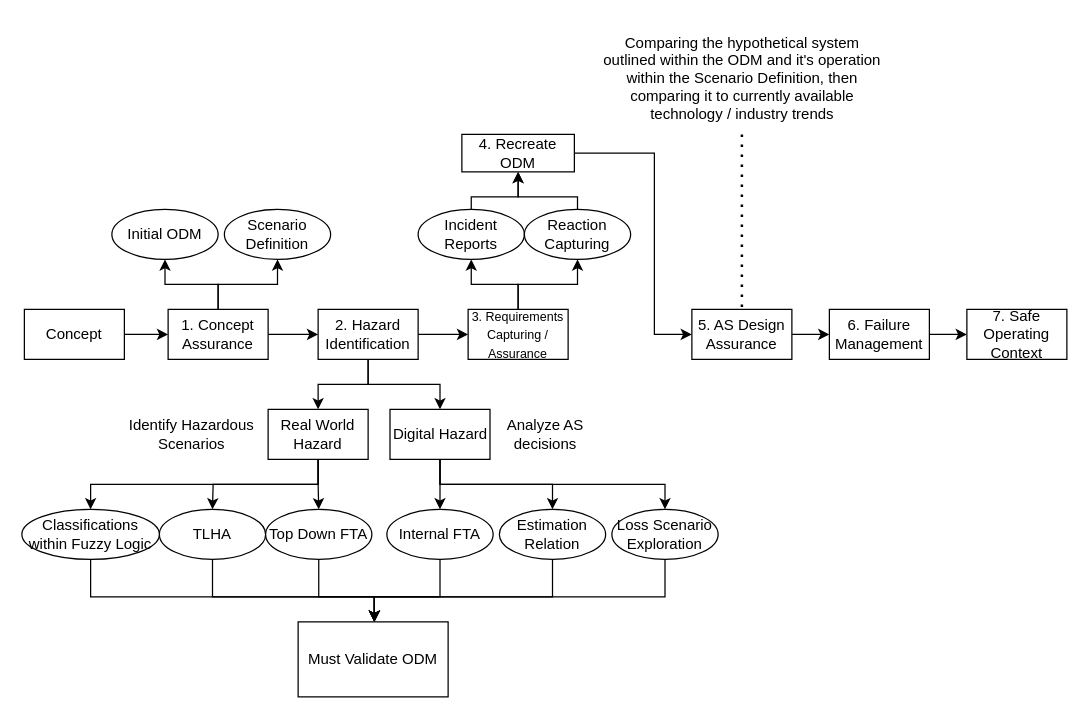
Before: SACE-Rail.drawio in TortoiseFather/SimpleRailwaySim, a draw.io diagram. Source tidied: cells renumbered, new cells numbered last; positions are measured from the earlier drawing's top-left corner, leaving out a move shared by most shapes. Both pictures are drawn from the tidied source at 125%, with x=0, y=0 at pixel (21, 21).
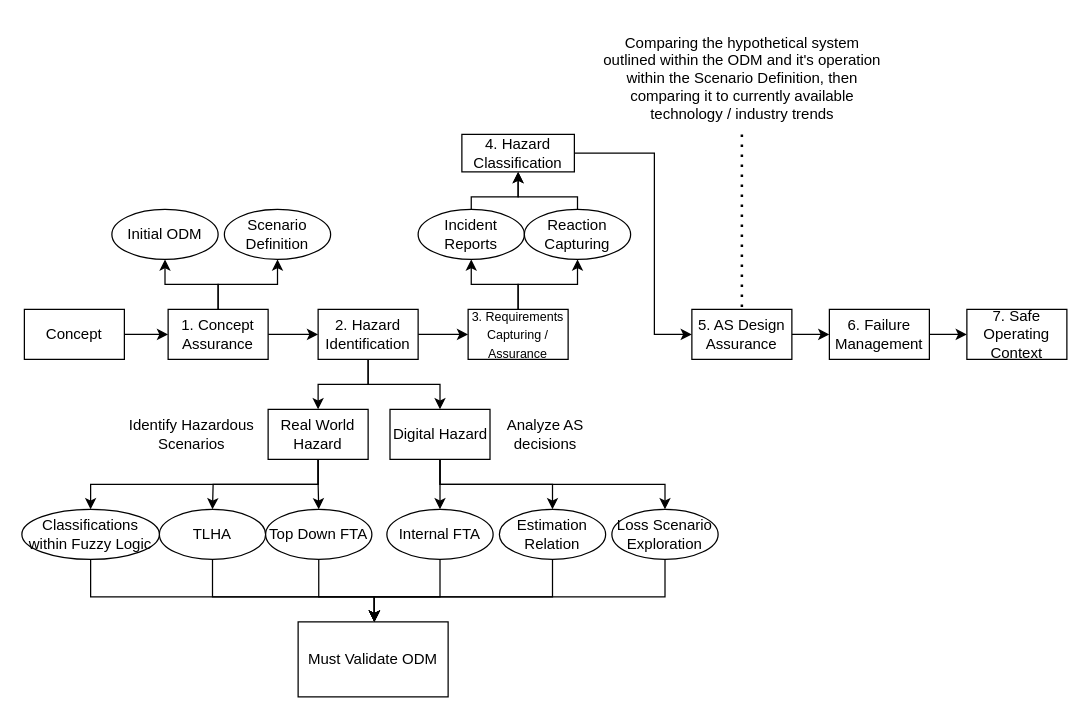
Above is the later version.

Change to the diagram source:
```diff
@@
-    <mxCell id="49" value="4. Recreate ODM" style="whiteSpace=wrap;html=1;" parent="1" vertex="1">
+    <mxCell id="49" value="4. Hazard Classification" style="whiteSpace=wrap;html=1;" parent="1" vertex="1">
       <mxGeometry x="352" y="90" width="90" height="30" as="geometry" />
     </mxCell>
```
